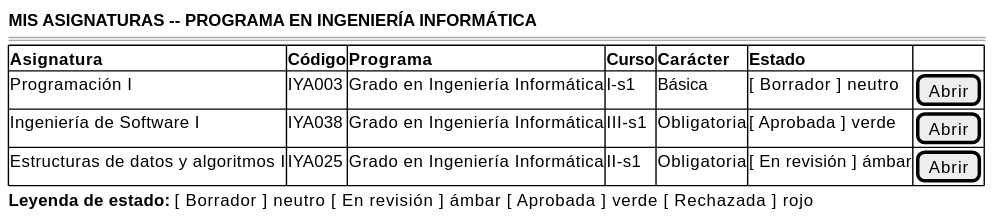
Before: images/RUP/01-requisitos/03-detalle-casos-uso/abrirAsignaturasPrograma/wireframe-porProfesor.svg, a diagram exported from PlantUML (mmasias/pyCeldaPublico).
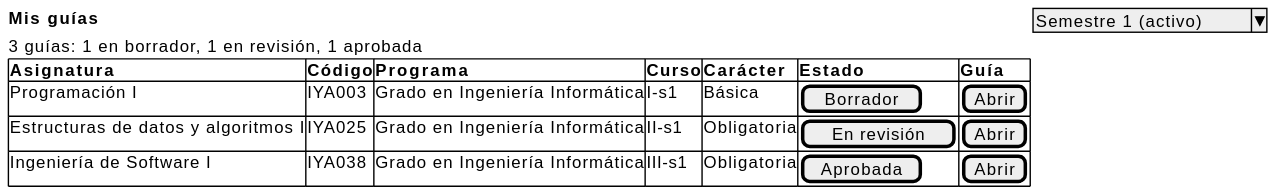
The same diagram one commit later.

Change to the diagram source:
```diff
@@ -1,14 +1,12 @@
 @startsalt abrirAsignaturasPrograma-wireframe-porProfesor
 {
-    <b>MIS ASIGNATURAS -- PROGRAMA EN INGENIERÍA INFORMÁTICA</b>
-    ====
+    <b>Mis guías</b> | ^Semestre 1 (activo)^
+    3 guías: 1 en borrador, 1 en revisión, 1 aprobada
     {#
-    <b>Asignatura                          | <b>Código | <b>Programa                          | <b>Curso |<b>Carácter |<b>Estado| .
-    Programación I                         | IYA003 | Grado en Ingeniería Informática    | I-s1 | Básica |[ Borrador ] neutro| [Abrir]
-    Ingeniería de Software I               | IYA038 | Grado en Ingeniería Informática    | III-s1 | Obligatoria |[ Aprobada ] verde| [Abrir]
-    Estructuras de datos y algoritmos I    | IYA025 | Grado en Ingeniería Informática    | II-s1 | Obligatoria |[ En revisión ] ámbar| [Abrir]
-
+    <b>Asignatura                          | <b>Código | <b>Programa                          | <b>Curso |<b>Carácter |<b>Estado| <b>Guía
+    Programación I                         | IYA003 | Grado en Ingeniería Informática    | I-s1 | Básica |[ Borrador ]| [Abrir]
+    Estructuras de datos y algoritmos I    | IYA025 | Grado en Ingeniería Informática    | II-s1 | Obligatoria |[ En revisión ]| [Abrir]
+    Ingeniería de Software I               | IYA038 | Grado en Ingeniería Informática    | III-s1 | Obligatoria |[ Aprobada ]| [Abrir]
     }
-    <b>Leyenda de estado:</b> [ Borrador ] neutro   [ En revisión ] ámbar   [ Aprobada ] verde   [ Rechazada ] rojo
 }
 @endsalt
```
